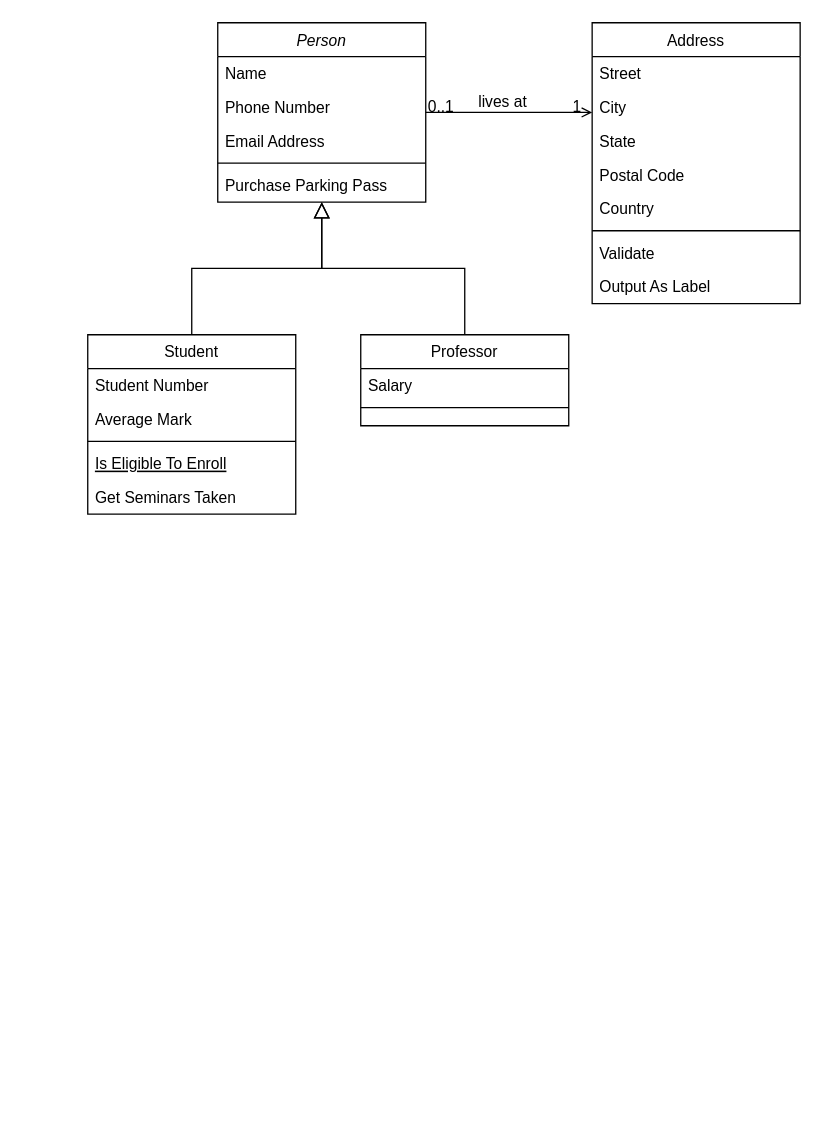
This is 未命名绘图.drawio from roboslyq/drawio-docs, a draw.io file, before an edit. Source tidied: cells renumbered, new cells numbered last; positions are measured from the earlier drawing's top-left corner, leaving out a move shared by most shapes. Both pictures are drawn from the tidied source at 130%, with x=0, y=0 at pixel (87, 22).
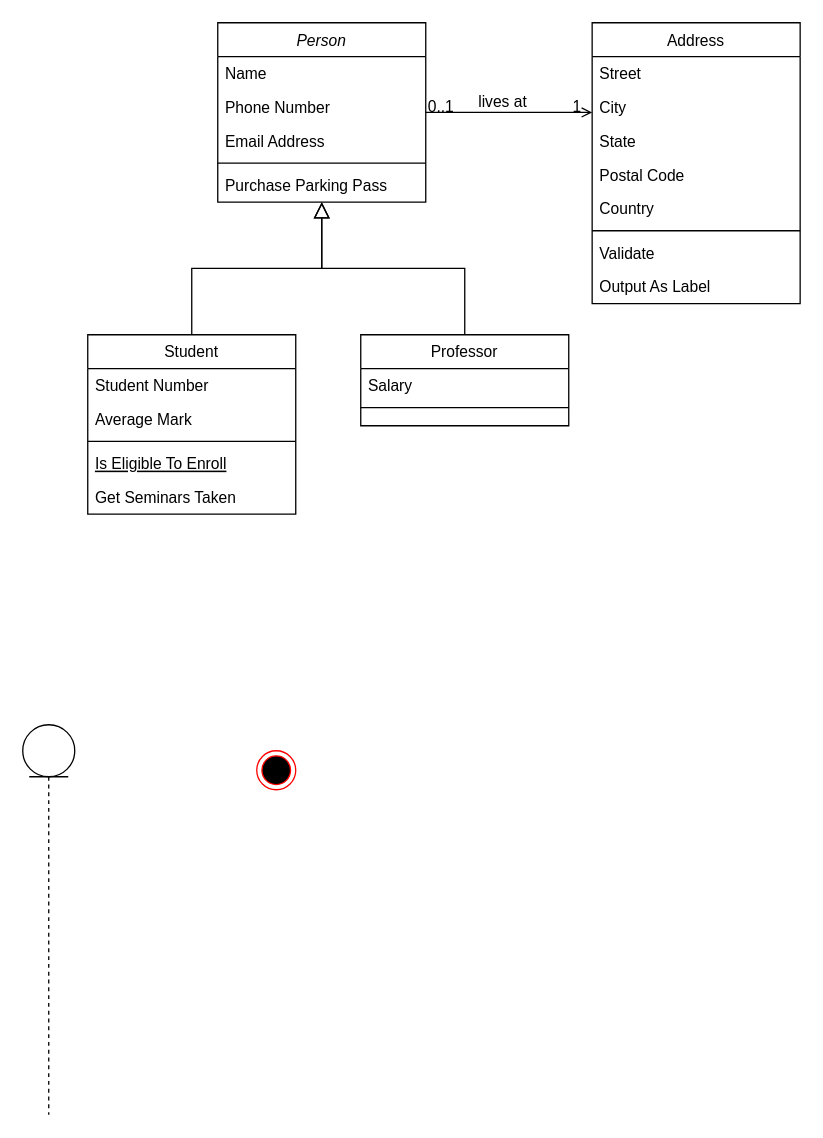
The same diagram, later.

Commit message:
更新未命名绘图.drawio

What changed in the source:
```diff
@@
+    <mxCell id="32" style="ellipse;html=1;shape=endState;fillColor=#000000;strokeColor=#ff0000;" parent="1" vertex="1">
+      <mxGeometry x="130" y="560" width="30" height="30" as="geometry" />
+    </mxCell>
+    <mxCell id="33" style="shape=umlLifeline;perimeter=lifelinePerimeter;whiteSpace=wrap;html=1;newEdgeStyle={&quot;curved&quot;:0,&quot;rounded&quot;:0};participant=umlEntity;" parent="1" vertex="1">
+      <mxGeometry x="-50" y="540" width="40" height="300" as="geometry" />
+    </mxCell>
```
